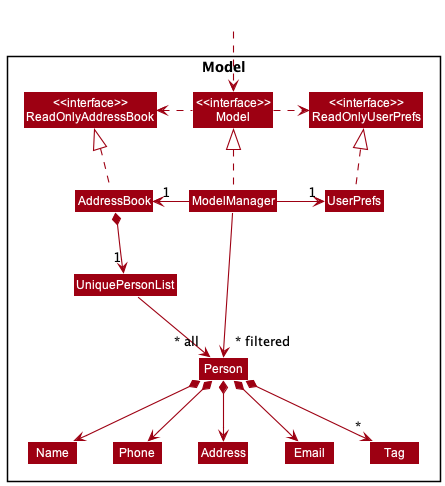
This is docs/images/ModelClassDiagram.png from nus-cs2103-AY2223S1/tp, a PlantUML export, as it was before one commit.
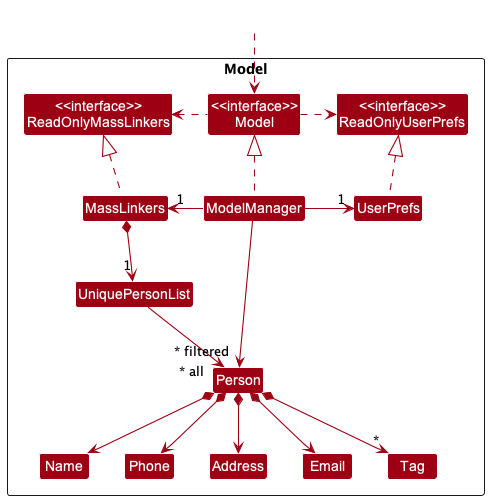
The same file after the commit.

What changed in the source:
```diff
@@ -5,10 +5,10 @@
 skinparam classBackgroundColor MODEL_COLOR
 
 Package Model <<Rectangle>>{
-Class "<<interface>>\nReadOnlyAddressBook" as ReadOnlyAddressBook
+Class "<<interface>>\nReadOnlyMassLinkers" as ReadOnlyMassLinkers
 Class "<<interface>>\nReadOnlyUserPrefs" as ReadOnlyUserPrefs
 Class "<<interface>>\nModel" as Model
-Class AddressBook
+Class MassLinkers
 Class ModelManager
 Class UserPrefs
 
@@ -25,16 +25,16 @@
 Class HiddenOutside #FFFFFF
 HiddenOutside ..> Model
 
-AddressBook .up.|> ReadOnlyAddressBook
+MassLinkers .up.|> ReadOnlyMassLinkers
 
 ModelManager .up.|> Model
 Model .right.> ReadOnlyUserPrefs
-Model .left.> ReadOnlyAddressBook
-ModelManager -left-> "1" AddressBook
+Model .left.> ReadOnlyMassLinkers
+ModelManager -left-> "1" MassLinkers
 ModelManager -right-> "1" UserPrefs
 UserPrefs .up.|> ReadOnlyUserPrefs
 
-AddressBook *--> "1" UniquePersonList
+MassLinkers *--> "1" UniquePersonList
 UniquePersonList --> "~* all" Person
 Person *--> Name
 Person *--> Phone
```
